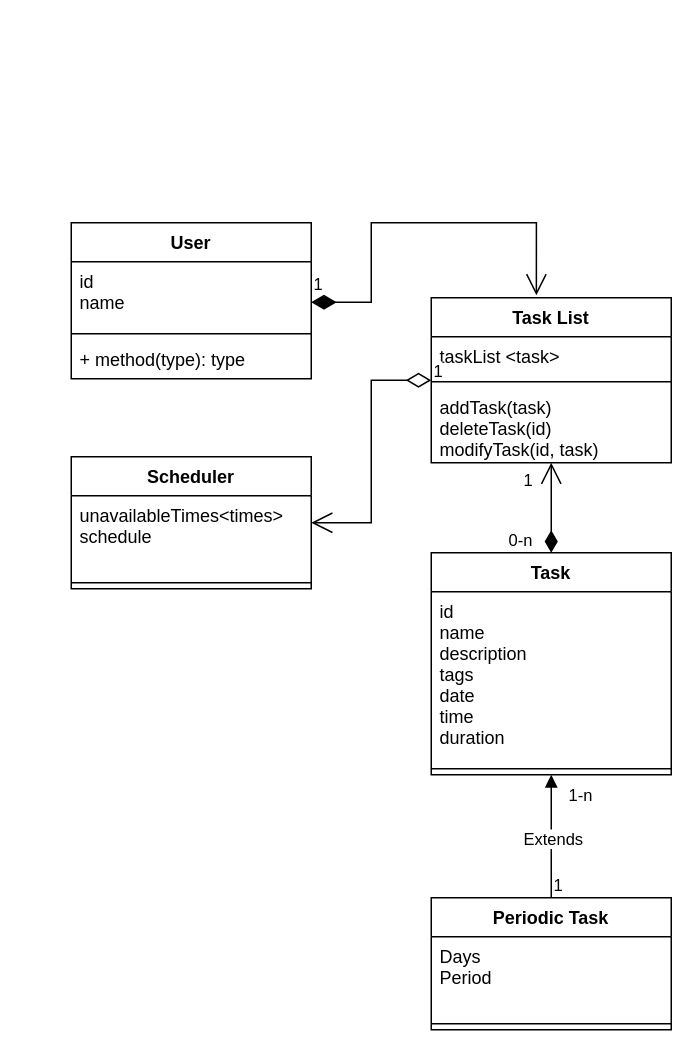
This is Project_Diagram.drawio from NipunDas/Taskinator-Project, a draw.io file, before an edit. Source tidied: cells renumbered, new cells numbered last; positions are measured from the earlier drawing's top-left corner, leaving out a move shared by most shapes. Both pictures are drawn from the tidied source at 150%, with x=0, y=0 at pixel (70, 222).
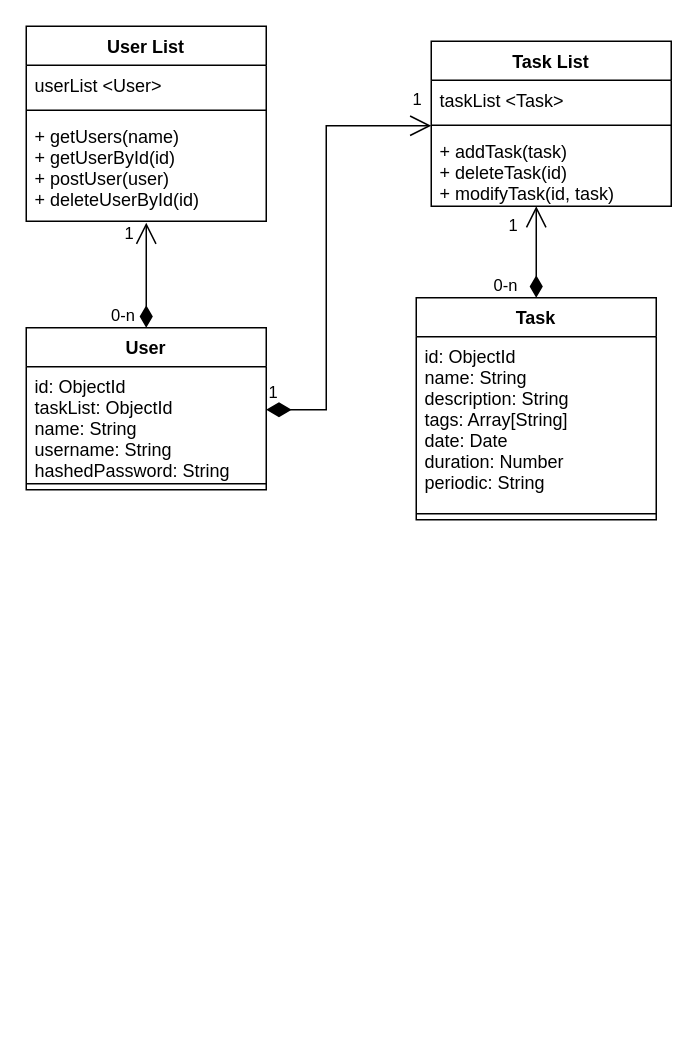
The same page after the edit.

Commit message (it also covers changes not shown here):
Updated class diagram

Change to the diagram source:
```diff
@@
     <mxCell id="2" value="User" style="swimlane;fontStyle=1;align=center;verticalAlign=top;horizontal=1;startSize=26;" parent="1" vertex="1">
-      <mxGeometry width="160" height="104" as="geometry" />
+      <mxGeometry x="-30" y="70" width="160" height="108" as="geometry" />
     </mxCell>
-    <mxCell id="3" value="id&#10;name" style="text;strokeColor=none;fillColor=none;align=left;verticalAlign=top;spacingLeft=4;spacingRight=4;overflow=hidden;points=[[0,0.5],[1,0.5]];portConstraint=eastwest;" parent="2" vertex="1">
-      <mxGeometry y="26" width="160" height="44" as="geometry" />
+    <mxCell id="3" value="id: ObjectId&#10;taskList: ObjectId&#10;name: String&#10;username: String&#10;hashedPassword: String" style="text;strokeColor=none;fillColor=none;align=left;verticalAlign=top;spacingLeft=4;spacingRight=4;overflow=hidden;points=[[0,0.5],[1,0.5]];portConstraint=eastwest;" parent="2" vertex="1">
+      <mxGeometry y="26" width="160" height="74" as="geometry" />
     </mxCell>
     <mxCell id="4" style="line;strokeWidth=1;fillColor=none;align=left;verticalAlign=middle;spacingTop=-1;spacingLeft=3;spacingRight=3;labelPosition=right;strokeColor=inherit;" parent="2" vertex="1">
-      <mxGeometry y="70" width="160" height="8" as="geometry" />
+      <mxGeometry y="100" width="160" height="8" as="geometry" />
     </mxCell>
-    <mxCell id="5" value="+ method(type): type" style="text;strokeColor=none;fillColor=none;align=left;verticalAlign=top;spacingLeft=4;spacingRight=4;overflow=hidden;" parent="2" vertex="1">
-      <mxGeometry y="78" width="160" height="26" as="geometry" />
-    </mxCell>
     <mxCell id="6" value="Task" style="swimlane;fontStyle=1;align=center;verticalAlign=top;horizontal=1;startSize=26;" parent="1" vertex="1">
-      <mxGeometry x="240" y="220" width="160" height="148" as="geometry" />
+      <mxGeometry x="230" y="50" width="160" height="148" as="geometry" />
     </mxCell>
-    <mxCell id="7" value="id&#10;name&#10;description&#10;tags&#10;date&#10;time&#10;duration" style="text;strokeColor=none;fillColor=none;align=left;verticalAlign=top;spacingLeft=4;spacingRight=4;overflow=hidden;" parent="6" vertex="1">
+    <mxCell id="7" value="id: ObjectId&#10;name: String&#10;description: String&#10;tags: Array[String]&#10;date: Date&#10;duration: Number&#10;periodic: String" style="text;strokeColor=none;fillColor=none;align=left;verticalAlign=top;spacingLeft=4;spacingRight=4;overflow=hidden;" parent="6" vertex="1">
       <mxGeometry y="26" width="160" height="114" as="geometry" />
     </mxCell>
@@
     <mxCell id="9" value="Task List" style="swimlane;fontStyle=1;align=center;verticalAlign=top;horizontal=1;startSize=26;" parent="1" vertex="1">
-      <mxGeometry x="240" y="50" width="160" height="110" as="geometry" />
+      <mxGeometry x="240" y="-121" width="160" height="110" as="geometry" />
     </mxCell>
-    <mxCell id="10" value="taskList &lt;task&gt;&#10;" style="text;strokeColor=none;fillColor=none;align=left;verticalAlign=top;spacingLeft=4;spacingRight=4;overflow=hidden;" parent="9" vertex="1">
+    <mxCell id="10" value="taskList &lt;Task&gt;&#10;" style="text;strokeColor=none;fillColor=none;align=left;verticalAlign=top;spacingLeft=4;spacingRight=4;overflow=hidden;" parent="9" vertex="1">
       <mxGeometry y="26" width="160" height="26" as="geometry" />
     </mxCell>
@@
-    <mxCell id="12" value="addTask(task)&#10;deleteTask(id)&#10;modifyTask(id, task)" style="text;strokeColor=none;fillColor=none;align=left;verticalAlign=top;spacingLeft=4;spacingRight=4;overflow=hidden;points=[[0,0.5],[1,0.5]];portConstraint=eastwest;" parent="9" vertex="1">
+    <mxCell id="12" value="+ addTask(task)&#10;+ deleteTask(id)&#10;+ modifyTask(id, task)" style="text;strokeColor=none;fillColor=none;align=left;verticalAlign=top;spacingLeft=4;spacingRight=4;overflow=hidden;points=[[0,0.5],[1,0.5]];portConstraint=eastwest;" parent="9" vertex="1">
       <mxGeometry y="60" width="160" height="50" as="geometry" />
     </mxCell>
-    <mxCell id="13" value="Scheduler&#10;" style="swimlane;fontStyle=1;align=center;verticalAlign=top;horizontal=1;startSize=26;" parent="1" vertex="1">
-      <mxGeometry y="156" width="160" height="88" as="geometry" />
-    </mxCell>
-    <mxCell id="14" value="unavailableTimes&lt;times&gt;&#10;schedule" style="text;strokeColor=none;fillColor=none;align=left;verticalAlign=top;spacingLeft=4;spacingRight=4;overflow=hidden;" parent="13" vertex="1">
-      <mxGeometry y="26" width="160" height="54" as="geometry" />
-    </mxCell>
-    <mxCell id="15" style="line;strokeWidth=1;fillColor=none;align=left;verticalAlign=middle;spacingTop=-1;spacingLeft=3;spacingRight=3;labelPosition=right;strokeColor=inherit;" parent="13" vertex="1">
-      <mxGeometry y="80" width="160" height="8" as="geometry" />
-    </mxCell>
-    <mxCell id="16" value="Periodic Task" style="swimlane;fontStyle=1;align=center;verticalAlign=top;horizontal=1;startSize=26;" parent="1" vertex="1">
-      <mxGeometry x="240" y="450" width="160" height="88" as="geometry" />
-    </mxCell>
-    <mxCell id="17" value="Days&#10;Period" style="text;strokeColor=none;fillColor=none;align=left;verticalAlign=top;spacingLeft=4;spacingRight=4;overflow=hidden;" parent="16" vertex="1">
-      <mxGeometry y="26" width="160" height="54" as="geometry" />
-    </mxCell>
-    <mxCell id="18" style="line;strokeWidth=1;fillColor=none;align=left;verticalAlign=middle;spacingTop=-1;spacingLeft=3;spacingRight=3;labelPosition=right;strokeColor=inherit;" parent="16" vertex="1">
-      <mxGeometry y="80" width="160" height="8" as="geometry" />
-    </mxCell>
-    <mxCell id="19" value="Extends" style="endArrow=block;endFill=1;html=1;edgeStyle=orthogonalEdgeStyle;align=left;verticalAlign=top;rounded=0;" parent="1" edge="1" source="16" target="6">
-      <mxGeometry x="0.28" y="20" relative="1" as="geometry">
-        <Array as="points">
-          <mxPoint x="320" y="360" />
-          <mxPoint x="320" y="360" />
-        </Array>
-      </mxGeometry>
-    </mxCell>
-    <mxCell id="20" value="1" style="edgeLabel;html=1;align=left;verticalAlign=bottom;" parent="19" vertex="1">
-      <mxGeometry x="-1" relative="1" as="geometry" />
-    </mxCell>
-    <mxCell id="21" value="1-n" style="edgeLabel;html=1;align=left;verticalAlign=bottom;" parent="19" vertex="1">
-      <mxGeometry x="-1" relative="1" as="geometry">
-        <mxPoint x="10" y="-60" as="offset" />
-      </mxGeometry>
-    </mxCell>
@@
-    <mxCell id="25" value="1" style="endArrow=open;html=1;endSize=12;startArrow=diamondThin;startSize=14;startFill=0;edgeStyle=orthogonalEdgeStyle;align=left;verticalAlign=bottom;rounded=0;" parent="1" edge="1" source="9" target="13">
-      <mxGeometry x="-1" y="3" relative="1" as="geometry" />
-    </mxCell>
-    <mxCell id="26" value="1" style="endArrow=open;html=1;endSize=12;startArrow=diamondThin;startSize=14;startFill=1;edgeStyle=orthogonalEdgeStyle;align=left;verticalAlign=bottom;rounded=0;entryX=0.438;entryY=-0.015;entryDx=0;entryDy=0;entryPerimeter=0;" parent="1" edge="1" source="3" target="9">
+    <mxCell id="26" value="1" style="endArrow=open;html=1;endSize=12;startArrow=diamondThin;startSize=14;startFill=1;edgeStyle=orthogonalEdgeStyle;align=left;verticalAlign=bottom;rounded=0;entryX=0;entryY=-0.073;entryDx=0;entryDy=0;entryPerimeter=0;" parent="1" edge="1" target="12">
       <mxGeometry x="-1" y="3" relative="1" as="geometry">
+        <mxPoint x="130" y="124.6" as="sourcePoint" />
         <Array as="points">
-          <mxPoint x="200" y="53" />
-          <mxPoint x="200" />
-          <mxPoint x="310" />
+          <mxPoint x="170" y="125" />
+          <mxPoint x="170" y="-65" />
         </Array>
       </mxGeometry>
     </mxCell>
+    <mxCell id="27" value="User List" style="swimlane;fontStyle=1;align=center;verticalAlign=top;horizontal=1;startSize=26;" parent="1" vertex="1">
+      <mxGeometry x="-30" y="-131" width="160" height="130" as="geometry" />
+    </mxCell>
+    <mxCell id="28" value="userList &lt;User&gt;&#10;" style="text;strokeColor=none;fillColor=none;align=left;verticalAlign=top;spacingLeft=4;spacingRight=4;overflow=hidden;" parent="27" vertex="1">
+      <mxGeometry y="26" width="160" height="26" as="geometry" />
+    </mxCell>
+    <mxCell id="29" style="line;strokeWidth=1;fillColor=none;align=left;verticalAlign=middle;spacingTop=-1;spacingLeft=3;spacingRight=3;labelPosition=right;strokeColor=inherit;" parent="27" vertex="1">
+      <mxGeometry y="52" width="160" height="8" as="geometry" />
+    </mxCell>
+    <mxCell id="30" value="+ getUsers(name)&#10;+ getUserById(id)&#10;+ postUser(user)&#10;+ deleteUserById(id)" style="text;strokeColor=none;fillColor=none;align=left;verticalAlign=top;spacingLeft=4;spacingRight=4;overflow=hidden;" parent="27" vertex="1">
+      <mxGeometry y="60" width="160" height="70" as="geometry" />
+    </mxCell>
+    <mxCell id="31" value="1" style="edgeLabel;html=1;align=left;verticalAlign=bottom;" parent="1" vertex="1">
+      <mxGeometry x="300" y="20" as="geometry">
+        <mxPoint x="-74" y="-94" as="offset" />
+      </mxGeometry>
+    </mxCell>
+    <mxCell id="32" style="endArrow=open;endFill=0;html=1;edgeStyle=orthogonalEdgeStyle;align=left;verticalAlign=top;rounded=0;startArrow=diamondThin;startFill=1;startSize=12;endSize=12;" parent="1" edge="1" source="2">
+      <mxGeometry relative="1" as="geometry">
+        <mxPoint x="50" as="targetPoint" />
+      </mxGeometry>
+    </mxCell>
+    <mxCell id="33" value="1" style="edgeLabel;html=1;align=left;verticalAlign=bottom;" parent="1" vertex="1">
+      <mxGeometry x="300" y="20" as="geometry">
+        <mxPoint x="-266" y="-5" as="offset" />
+      </mxGeometry>
+    </mxCell>
+    <mxCell id="34" value="0-n" style="edgeLabel;html=1;align=left;verticalAlign=bottom;" parent="1" vertex="1">
+      <mxGeometry x="25" y="70" as="geometry" />
+    </mxCell>
```
